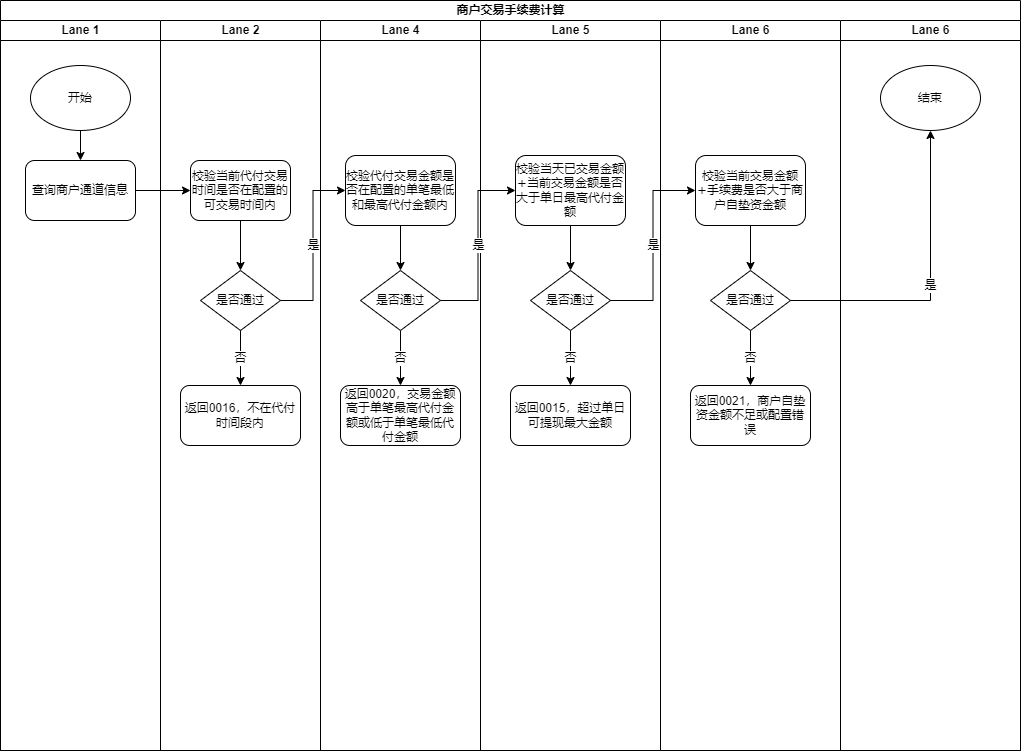
Earlier version of the draw.io export 商户交易手续费计算.png (songyibo2019/mydiagrams). Source tidied: cells renumbered, new cells last; positions are measured from the earlier drawing's top-left corner, leaving out a move shared by most shapes.
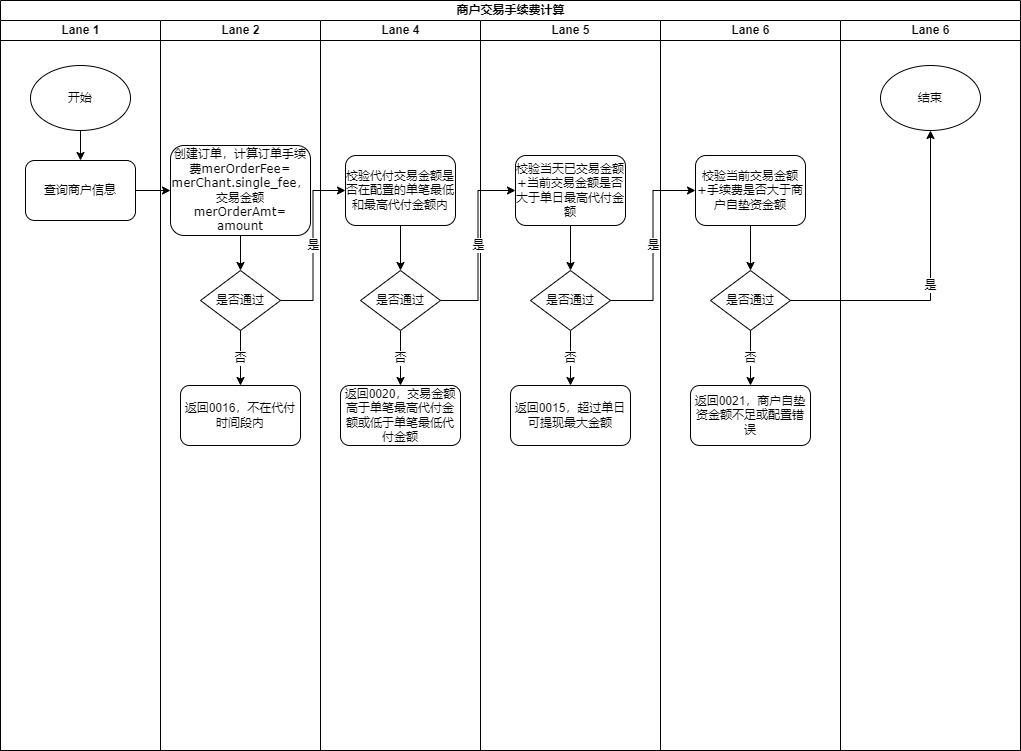
After the commit.

Commit message:
Update 商户交易手续费计算.png

Diff of the diagram source:
```diff
@@ -8,7 +8,7 @@
     <mxCell id="3" value="Lane 1" style="swimlane;html=1;startSize=20;" parent="2" vertex="1">
       <mxGeometry y="20" width="160" height="730" as="geometry" />
     </mxCell>
-    <mxCell id="4" value="查询商户通道信息" style="rounded=1;whiteSpace=wrap;html=1;shadow=0;labelBackgroundColor=none;strokeWidth=1;fontFamily=Verdana;fontSize=8;align=center;" parent="3" vertex="1">
+    <mxCell id="4" value="查询商户信息" style="rounded=1;whiteSpace=wrap;html=1;shadow=0;labelBackgroundColor=none;strokeWidth=1;fontFamily=Verdana;fontSize=8;align=center;" parent="3" vertex="1">
       <mxGeometry x="25" y="140" width="110" height="60" as="geometry" />
     </mxCell>
     <mxCell id="5" style="edgeStyle=orthogonalEdgeStyle;rounded=0;jettySize=auto;html=1;exitX=0.5;exitY=1;exitDx=0;exitDy=0;" parent="3" edge="1" source="6" target="4">
@@ -23,8 +23,8 @@
     <mxCell id="8" style="edgeStyle=orthogonalEdgeStyle;rounded=0;jettySize=auto;html=1;exitX=0.5;exitY=1;exitDx=0;exitDy=0;fontSize=11;" parent="7" edge="1" source="9" target="10">
       <mxGeometry relative="1" as="geometry" />
     </mxCell>
-    <mxCell id="9" value="&lt;span style=&quot;font-size: 8px&quot;&gt;校验当前代付交易时间是否在配置的可交易时间内&lt;/span&gt;" style="rounded=1;whiteSpace=wrap;html=1;shadow=0;labelBackgroundColor=none;strokeWidth=1;fontFamily=Verdana;fontSize=8;align=center;" parent="7" vertex="1">
-      <mxGeometry x="30" y="140" width="100" height="60" as="geometry" />
+    <mxCell id="9" value="&lt;span style=&quot;font-size: 8px&quot;&gt;创建订单，计算订单手续费&lt;/span&gt;&lt;span style=&quot;font-size: 8px&quot;&gt;merOrderFee=&lt;br&gt;merChant.&lt;/span&gt;&lt;span style=&quot;font-size: 8px&quot;&gt;single_fee，&lt;/span&gt;&lt;br&gt;&lt;span style=&quot;font-size: 8px&quot;&gt;交易金额merOrderAmt=&lt;br&gt;&lt;/span&gt;amount" style="rounded=1;whiteSpace=wrap;html=1;shadow=0;labelBackgroundColor=none;strokeWidth=1;fontFamily=Verdana;fontSize=8;align=center;" parent="7" vertex="1">
+      <mxGeometry x="10" y="125" width="140" height="90" as="geometry" />
     </mxCell>
     <mxCell id="10" value="&lt;span style=&quot;font-size: 11px&quot;&gt;是否通过&lt;/span&gt;" style="rhombus;whiteSpace=wrap;html=1;rounded=0;shadow=0;labelBackgroundColor=none;strokeWidth=1;fontFamily=Verdana;fontSize=8;align=center;" parent="7" vertex="1">
       <mxGeometry x="40" y="250" width="80" height="60" as="geometry" />
```
